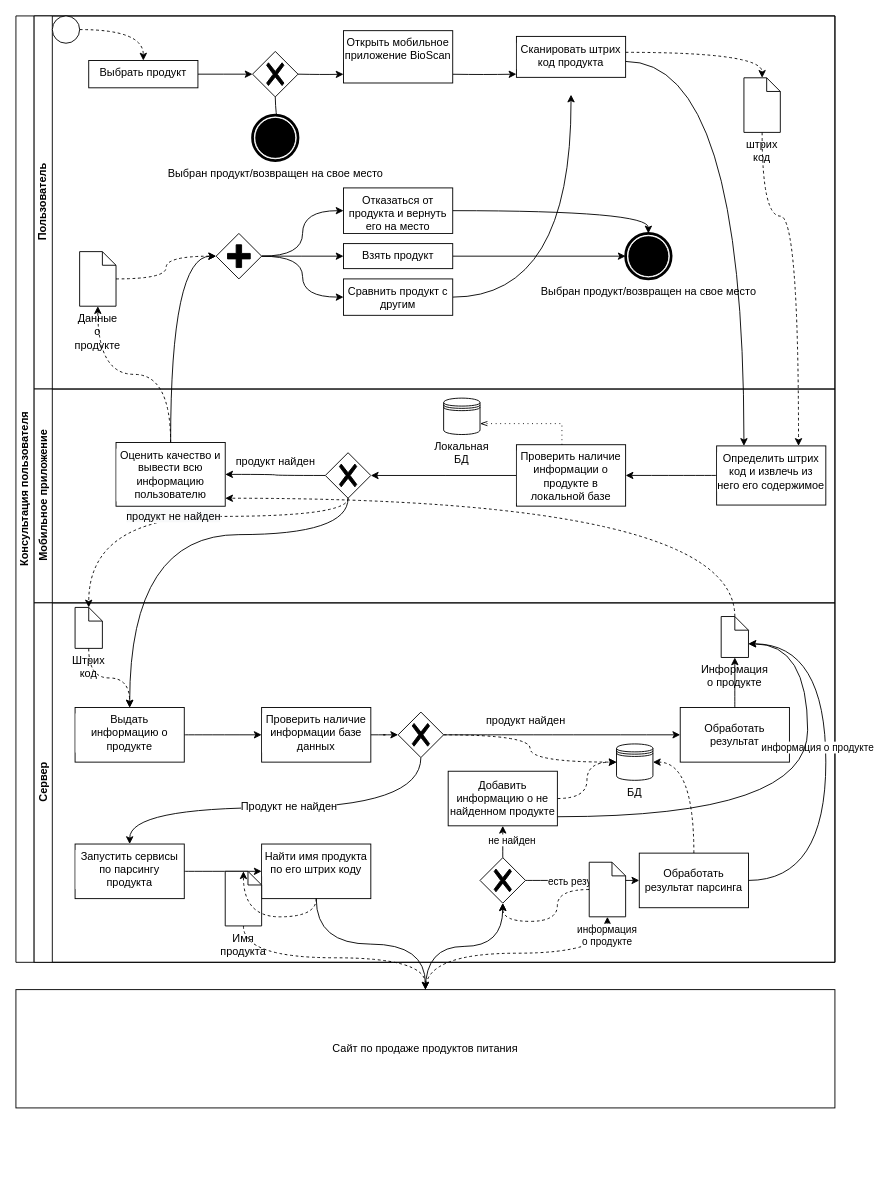
The draw.io diagram page "Копия Page-1" (4 of 4) of 4_course/МиСПИС/BPMN.drawio in tedmon1998/ISiT, before the edit. Source tidied: cells renumbered, new cells numbered last; positions are measured from the earlier drawing's top-left corner, leaving out a move shared by most shapes. Both pictures are drawn from the tidied source at 91%, with x=0, y=0 at pixel (15, 15).
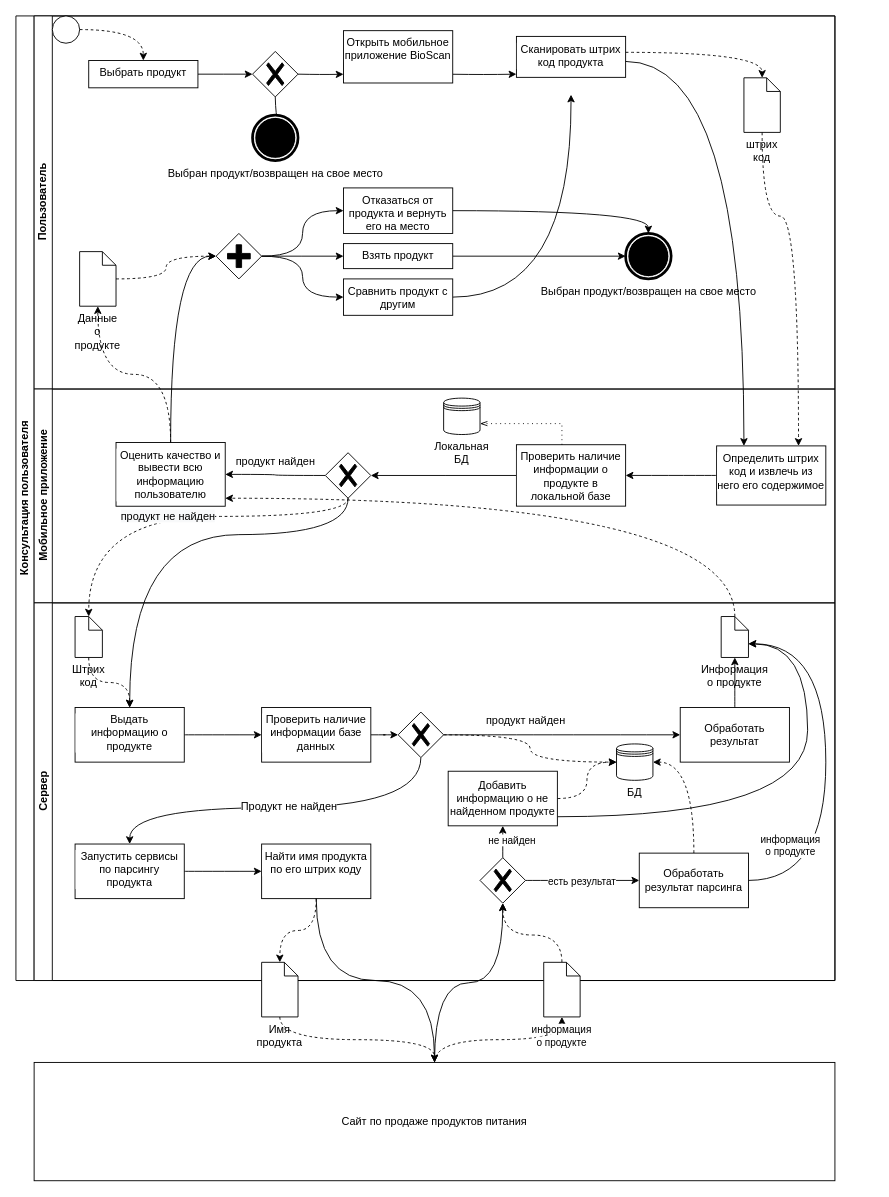
After the change.

Unchanged cells that the change refers to:
```xml
<mxCell id="61" style="edgeStyle=orthogonalEdgeStyle;curved=1;rounded=0;jettySize=auto;html=1;endArrow=classic;endFill=1;entryX=0;entryY=0;entryDx=30;entryDy=30;entryPerimeter=0;exitX=1;exitY=0.5;exitDx=0;exitDy=0;" parent="43" edge="1" source="64" target="56">
  <mxGeometry relative="1" as="geometry">
    <Array as="points">
      <mxPoint x="870" y="305" />
      <mxPoint x="870" y="45" />
    </Array>
  </mxGeometry>
</mxCell>
<mxCell id="67" style="points=[[0.25,0.25,0],[0.5,0,0],[0.75,0.25,0],[1,0.5,0],[0.75,0.75,0],[0.5,1,0],[0.25,0.75,0],[0,0.5,0]];shape=mxgraph.bpmn.gateway2;html=1;verticalLabelPosition=bottom;labelBackgroundColor=#ffffff;verticalAlign=top;align=center;perimeter=rhombusPerimeter;outlineConnect=0;outline=none;symbol=none;gwType=exclusive;" parent="43" vertex="1">
  <mxGeometry x="490" y="280" width="50" height="50" as="geometry" />
</mxCell>
```

The edit, as a diff of the source:
```diff
@@
     <mxCell id="2" value="Консультация пользователя" style="swimlane;html=1;horizontal=0;startSize=20;whiteSpace=wrap;" parent="1" vertex="1">
-      <mxGeometry width="900" height="1040" as="geometry" />
+      <mxGeometry width="900" height="1060" as="geometry" />
     </mxCell>
@@
     <mxCell id="43" value="Сервер" style="swimlane;html=1;startSize=20;horizontal=0;" parent="2" vertex="1">
-      <mxGeometry x="20" y="645" width="880" height="395" as="geometry" />
+      <mxGeometry x="20" y="645" width="880" height="415" as="geometry" />
     </mxCell>
@@
-    <mxCell id="62" value="информация о продукте" style="edgeLabel;html=1;align=center;verticalAlign=middle;" parent="61" vertex="1">
-      <mxGeometry x="0.08" y="10" relative="1" as="geometry" />
+    <mxCell id="62" value="информация &lt;br&gt;о продукте" style="edgeLabel;html=1;align=center;verticalAlign=middle;" parent="61" vertex="1">
+      <mxGeometry x="0.08" y="10" relative="1" as="geometry">
+        <mxPoint x="-30" y="108" as="offset" />
+      </mxGeometry>
     </mxCell>
@@
     <mxCell id="73" value="Штрих код" style="shape=mxgraph.bpmn.data;labelPosition=center;verticalLabelPosition=bottom;align=center;verticalAlign=top;whiteSpace=wrap;size=15;html=1;" parent="43" vertex="1">
-      <mxGeometry x="45" y="5" width="30" height="45" as="geometry" />
+      <mxGeometry x="45" y="15" width="30" height="45" as="geometry" />
     </mxCell>
@@
     <mxCell id="83" value="Сайт по продаже продуктов питания" style="whiteSpace=wrap;html=1;" parent="1" vertex="1">
-      <mxGeometry y="1070" width="900" height="130" as="geometry" />
+      <mxGeometry x="20" y="1150" width="880" height="130" as="geometry" />
     </mxCell>
@@
+    <mxCell id="88" style="edgeStyle=orthogonalEdgeStyle;curved=1;rounded=0;jettySize=auto;html=1;entryX=0.5;entryY=1;entryDx=0;entryDy=0;entryPerimeter=0;dashed=1;" parent="1" edge="1" source="89" target="67">
+      <mxGeometry relative="1" as="geometry">
+        <Array as="points">
+          <mxPoint x="600" y="1010" />
+          <mxPoint x="535" y="1010" />
+        </Array>
+      </mxGeometry>
+    </mxCell>
+    <mxCell id="89" value="&lt;span style=&quot;font-size: 11px; background-color: rgb(255, 255, 255);&quot;&gt;информация о продукте&lt;/span&gt;" style="shape=mxgraph.bpmn.data;labelPosition=center;verticalLabelPosition=bottom;align=center;verticalAlign=top;whiteSpace=wrap;size=15;html=1;" parent="1" vertex="1">
+      <mxGeometry x="580" y="1040" width="40" height="60" as="geometry" />
+    </mxCell>
     <mxCell id="86" value="Имя продукта" style="shape=mxgraph.bpmn.data;labelPosition=center;verticalLabelPosition=bottom;align=center;verticalAlign=top;whiteSpace=wrap;size=15;html=1;" parent="1" vertex="1">
-      <mxGeometry x="230" y="940" width="40" height="60" as="geometry" />
+      <mxGeometry x="270" y="1040" width="40" height="60" as="geometry" />
     </mxCell>
@@
-    <mxCell id="88" style="edgeStyle=orthogonalEdgeStyle;curved=1;rounded=0;jettySize=auto;html=1;entryX=0.5;entryY=1;entryDx=0;entryDy=0;entryPerimeter=0;dashed=1;" parent="1" edge="1" source="89" target="67">
-      <mxGeometry relative="1" as="geometry" />
-    </mxCell>
-    <mxCell id="89" value="&lt;span style=&quot;font-size: 11px; background-color: rgb(255, 255, 255);&quot;&gt;информация о продукте&lt;/span&gt;" style="shape=mxgraph.bpmn.data;labelPosition=center;verticalLabelPosition=bottom;align=center;verticalAlign=top;whiteSpace=wrap;size=15;html=1;" parent="1" vertex="1">
-      <mxGeometry x="630" y="930" width="40" height="60" as="geometry" />
-    </mxCell>
```
